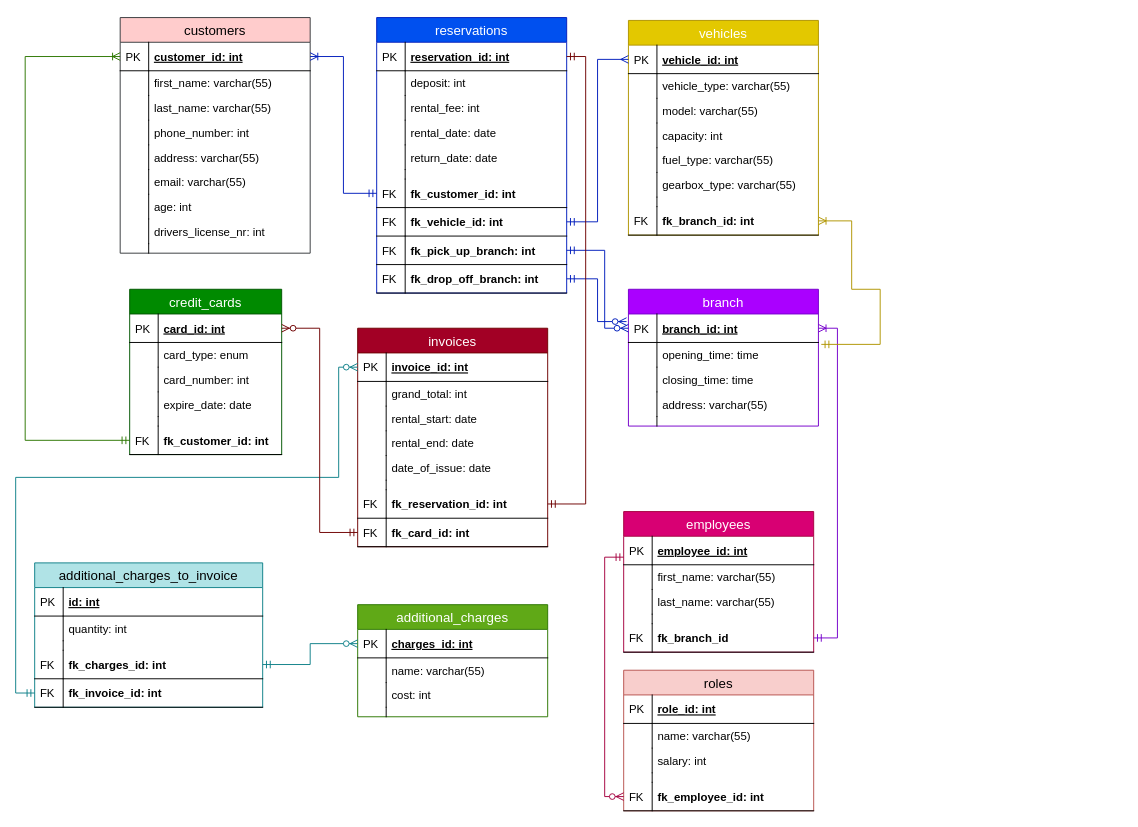
Above: Database-Development/3nf.drawio in Cosmic0wl/FSWD70-Valentina-Panetta-CodeReview-09 (draw.io), before the change. Source tidied: cells renumbered, new cells numbered last; positions are measured from the earlier drawing's top-left corner, leaving out a move shared by most shapes. Both pictures are drawn from the tidied source at 95%, with x=0, y=0 at pixel (15, 17).
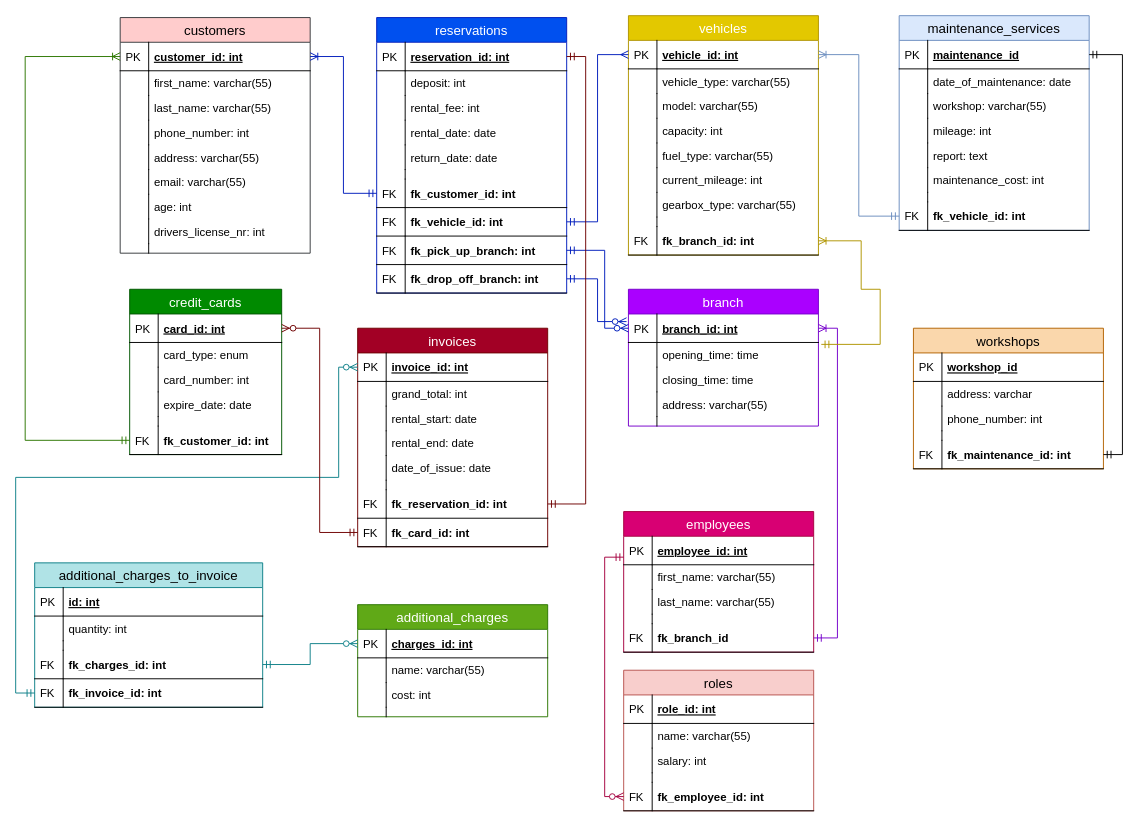
The same page after the edit.

Unchanged cells that the change refers to:
```xml
<mxCell id="56" value="vehicle_id: int" style="shape=partialRectangle;top=0;left=0;right=0;bottom=1;align=left;verticalAlign=middle;fillColor=none;spacingLeft=34;spacingRight=4;overflow=hidden;points=[[0,0.5],[1,0.5]];portConstraint=eastwest;fontStyle=5;fontSize=12;" parent="55" vertex="1">
  <mxGeometry y="26" width="200" height="30" as="geometry" />
</mxCell>
<mxCell id="97" value="opening_time: time&#10;" style="shape=partialRectangle;top=0;left=0;right=0;bottom=0;align=left;verticalAlign=top;fillColor=none;spacingLeft=34;spacingRight=4;overflow=hidden;points=[[0,0.5],[1,0.5]];portConstraint=eastwest;fontSize=12;" parent="94" vertex="1">
  <mxGeometry y="56" width="200" height="26" as="geometry" />
</mxCell>
```

The edit, as a diff of the source:
```diff
@@
     <mxCell id="55" value="vehicles" style="swimlane;fontStyle=0;horizontal=1;startSize=26;fillColor=#e3c800;swimlaneFillColor=#ffffff;align=center;fontSize=14;strokeColor=#B09500;fontColor=#ffffff;" parent="1" vertex="1">
-      <mxGeometry x="645" y="3" width="200" height="226" as="geometry" />
+      <mxGeometry x="645" y="-2" width="200" height="252" as="geometry" />
     </mxCell>
@@
+    <mxCell id="154" value="current_mileage: int&#10;&#10;" style="shape=partialRectangle;top=0;left=0;right=0;bottom=0;align=left;verticalAlign=top;fillColor=none;spacingLeft=34;spacingRight=4;overflow=hidden;fontSize=12;" parent="55" vertex="1">
+      <mxGeometry y="160" width="200" height="26" as="geometry" />
+    </mxCell>
+    <mxCell id="155" style="shape=partialRectangle;top=0;left=0;bottom=0;fillColor=none;align=left;verticalAlign=top;spacingLeft=4;spacingRight=4;overflow=hidden;fontSize=12;" parent="154" vertex="1">
+      <mxGeometry width="30" height="26" as="geometry" />
+    </mxCell>
     <mxCell id="66" value="gearbox_type: varchar(55)&#10;&#10;" style="shape=partialRectangle;top=0;left=0;right=0;bottom=0;align=left;verticalAlign=top;fillColor=none;spacingLeft=34;spacingRight=4;overflow=hidden;fontSize=12;" parent="55" vertex="1">
-      <mxGeometry y="160" width="200" height="26" as="geometry" />
+      <mxGeometry y="186" width="200" height="26" as="geometry" />
     </mxCell>
@@
     <mxCell id="68" style="shape=partialRectangle;top=0;left=0;right=0;bottom=0;align=left;verticalAlign=top;fillColor=none;spacingLeft=34;spacingRight=4;overflow=hidden;fontSize=12;" parent="55" vertex="1">
-      <mxGeometry y="186" width="200" height="10" as="geometry" />
+      <mxGeometry y="212" width="200" height="10" as="geometry" />
     </mxCell>
@@
     <mxCell id="70" value="fk_branch_id: int" style="shape=partialRectangle;top=0;left=0;right=0;bottom=1;align=left;verticalAlign=middle;fillColor=none;spacingLeft=34;spacingRight=4;overflow=hidden;points=[[0,0.5],[1,0.5]];portConstraint=eastwest;fontStyle=1;fontSize=12;" parent="55" vertex="1">
-      <mxGeometry y="196" width="200" height="30" as="geometry" />
+      <mxGeometry y="222" width="200" height="30" as="geometry" />
     </mxCell>
@@
-    <mxCell id="137" style="edgeStyle=orthogonalEdgeStyle;rounded=0;jettySize=auto;html=1;entryX=1.015;entryY=0.077;entryDx=0;entryDy=0;entryPerimeter=0;endArrow=ERmandOne;endFill=0;fillColor=#e3c800;strokeColor=#B09500;startArrow=ERoneToMany;startFill=0;" parent="1" edge="1" source="70" target="97">
+    <mxCell id="137" style="edgeStyle=orthogonalEdgeStyle;rounded=0;jettySize=auto;html=1;entryX=1.015;entryY=0.077;entryDx=0;entryDy=0;entryPerimeter=0;endArrow=ERmandOne;endFill=0;fillColor=#e3c800;strokeColor=#B09500;startArrow=ERoneToMany;startFill=0;exitX=1;exitY=0.5;exitDx=0;exitDy=0;" parent="1" edge="1" source="70" target="97">
       <mxGeometry relative="1" as="geometry">
         <Array as="points">
-          <mxPoint x="880" y="214" />
-          <mxPoint x="880" y="286" />
+          <mxPoint x="890" y="235" />
+          <mxPoint x="890" y="286" />
           <mxPoint x="910" y="286" />
           <mxPoint x="910" y="344" />
         </Array>
       </mxGeometry>
     </mxCell>
@@
+    <mxCell id="156" value="maintenance_services" style="swimlane;fontStyle=0;horizontal=1;startSize=26;fillColor=#dae8fc;swimlaneFillColor=#ffffff;align=center;fontSize=14;strokeColor=#6c8ebf;" parent="1" vertex="1">
+      <mxGeometry x="930" y="-2" width="200" height="226" as="geometry" />
+    </mxCell>
+    <mxCell id="157" value="maintenance_id" style="shape=partialRectangle;top=0;left=0;right=0;bottom=1;align=left;verticalAlign=middle;fillColor=none;spacingLeft=34;spacingRight=4;overflow=hidden;points=[[0,0.5],[1,0.5]];portConstraint=eastwest;fontStyle=5;fontSize=12;" parent="156" vertex="1">
+      <mxGeometry y="26" width="200" height="30" as="geometry" />
+    </mxCell>
+    <mxCell id="158" value="PK" style="shape=partialRectangle;top=0;left=0;bottom=0;fillColor=none;align=left;verticalAlign=middle;spacingLeft=4;spacingRight=4;overflow=hidden;fontSize=12;" parent="157" vertex="1">
+      <mxGeometry width="30" height="30" as="geometry" />
+    </mxCell>
+    <mxCell id="159" value="date_of_maintenance: date&#10;" style="shape=partialRectangle;top=0;left=0;right=0;bottom=0;align=left;verticalAlign=top;fillColor=none;spacingLeft=34;spacingRight=4;overflow=hidden;fontSize=12;" parent="156" vertex="1">
+      <mxGeometry y="56" width="200" height="26" as="geometry" />
+    </mxCell>
+    <mxCell id="160" style="shape=partialRectangle;top=0;left=0;bottom=0;fillColor=none;align=left;verticalAlign=top;spacingLeft=4;spacingRight=4;overflow=hidden;fontSize=12;" parent="159" vertex="1">
+      <mxGeometry width="30" height="26" as="geometry" />
+    </mxCell>
+    <mxCell id="161" value="workshop: varchar(55)&#10;" style="shape=partialRectangle;top=0;left=0;right=0;bottom=0;align=left;verticalAlign=top;fillColor=none;spacingLeft=34;spacingRight=4;overflow=hidden;fontSize=12;" parent="156" vertex="1">
+      <mxGeometry y="82" width="200" height="26" as="geometry" />
+    </mxCell>
+    <mxCell id="162" style="shape=partialRectangle;top=0;left=0;bottom=0;fillColor=none;align=left;verticalAlign=top;spacingLeft=4;spacingRight=4;overflow=hidden;fontSize=12;" parent="161" vertex="1">
+      <mxGeometry width="30" height="26" as="geometry" />
+    </mxCell>
+    <mxCell id="163" value="mileage: int&#10;" style="shape=partialRectangle;top=0;left=0;right=0;bottom=0;align=left;verticalAlign=top;fillColor=none;spacingLeft=34;spacingRight=4;overflow=hidden;fontSize=12;" parent="156" vertex="1">
+      <mxGeometry y="108" width="200" height="26" as="geometry" />
+    </mxCell>
+    <mxCell id="164" style="shape=partialRectangle;top=0;left=0;bottom=0;fillColor=none;align=left;verticalAlign=top;spacingLeft=4;spacingRight=4;overflow=hidden;fontSize=12;" parent="163" vertex="1">
+      <mxGeometry width="30" height="26" as="geometry" />
+    </mxCell>
+    <mxCell id="165" value="report: text&#10;" style="shape=partialRectangle;top=0;left=0;right=0;bottom=0;align=left;verticalAlign=top;fillColor=none;spacingLeft=34;spacingRight=4;overflow=hidden;fontSize=12;" parent="156" vertex="1">
+      <mxGeometry y="134" width="200" height="26" as="geometry" />
+    </mxCell>
+    <mxCell id="166" style="shape=partialRectangle;top=0;left=0;bottom=0;fillColor=none;align=left;verticalAlign=top;spacingLeft=4;spacingRight=4;overflow=hidden;fontSize=12;" parent="165" vertex="1">
+      <mxGeometry width="30" height="26" as="geometry" />
+    </mxCell>
+    <mxCell id="167" value="maintenance_cost: int&#10;" style="shape=partialRectangle;top=0;left=0;right=0;bottom=0;align=left;verticalAlign=top;fillColor=none;spacingLeft=34;spacingRight=4;overflow=hidden;fontSize=12;" parent="156" vertex="1">
+      <mxGeometry y="160" width="200" height="26" as="geometry" />
+    </mxCell>
+    <mxCell id="168" style="shape=partialRectangle;top=0;left=0;bottom=0;fillColor=none;align=left;verticalAlign=top;spacingLeft=4;spacingRight=4;overflow=hidden;fontSize=12;" parent="167" vertex="1">
+      <mxGeometry width="30" height="26" as="geometry" />
+    </mxCell>
+    <mxCell id="169" style="shape=partialRectangle;top=0;left=0;right=0;bottom=0;align=left;verticalAlign=top;fillColor=none;spacingLeft=34;spacingRight=4;overflow=hidden;fontSize=12;" parent="156" vertex="1">
+      <mxGeometry y="186" width="200" height="10" as="geometry" />
+    </mxCell>
+    <mxCell id="170" style="shape=partialRectangle;top=0;left=0;bottom=0;fillColor=none;align=left;verticalAlign=top;spacingLeft=4;spacingRight=4;overflow=hidden;fontSize=12;" parent="169" vertex="1">
+      <mxGeometry width="30" height="10" as="geometry" />
+    </mxCell>
+    <mxCell id="171" value="fk_vehicle_id: int" style="shape=partialRectangle;top=0;left=0;right=0;bottom=1;align=left;verticalAlign=middle;fillColor=none;spacingLeft=34;spacingRight=4;overflow=hidden;points=[[0,0.5],[1,0.5]];portConstraint=eastwest;fontStyle=1;fontSize=12;" parent="156" vertex="1">
+      <mxGeometry y="196" width="200" height="30" as="geometry" />
+    </mxCell>
+    <mxCell id="172" value="FK" style="shape=partialRectangle;top=0;left=0;bottom=0;fillColor=none;align=left;verticalAlign=middle;spacingLeft=4;spacingRight=4;overflow=hidden;fontSize=12;" parent="171" vertex="1">
+      <mxGeometry width="30" height="30" as="geometry" />
+    </mxCell>
+    <mxCell id="173" style="edgeStyle=orthogonalEdgeStyle;rounded=0;jettySize=auto;html=1;exitX=0;exitY=0.5;exitDx=0;exitDy=0;entryX=1;entryY=0.5;entryDx=0;entryDy=0;endArrow=ERoneToMany;endFill=0;startArrow=ERmandOne;startFill=0;fillColor=#dae8fc;strokeColor=#6c8ebf;" parent="1" edge="1" source="171" target="56">
+      <mxGeometry relative="1" as="geometry" />
+    </mxCell>
+    <mxCell id="174" value="workshops" style="swimlane;fontStyle=0;horizontal=1;startSize=26;fillColor=#fad7ac;swimlaneFillColor=#ffffff;align=center;fontSize=14;strokeColor=#b46504;" parent="1" vertex="1">
+      <mxGeometry x="945" y="327" width="200" height="148" as="geometry" />
+    </mxCell>
+    <mxCell id="175" value="workshop_id" style="shape=partialRectangle;top=0;left=0;right=0;bottom=1;align=left;verticalAlign=middle;fillColor=none;spacingLeft=34;spacingRight=4;overflow=hidden;fontStyle=5;fontSize=12;" parent="174" vertex="1">
+      <mxGeometry y="26" width="200" height="30" as="geometry" />
+    </mxCell>
+    <mxCell id="176" value="PK" style="shape=partialRectangle;top=0;left=0;bottom=0;fillColor=none;align=left;verticalAlign=middle;spacingLeft=4;spacingRight=4;overflow=hidden;fontSize=12;" parent="175" vertex="1">
+      <mxGeometry width="30" height="30" as="geometry" />
+    </mxCell>
+    <mxCell id="177" value="address: varchar&#10;" style="shape=partialRectangle;top=0;left=0;right=0;bottom=0;align=left;verticalAlign=top;fillColor=none;spacingLeft=34;spacingRight=4;overflow=hidden;fontSize=12;" parent="174" vertex="1">
+      <mxGeometry y="56" width="200" height="26" as="geometry" />
+    </mxCell>
+    <mxCell id="178" style="shape=partialRectangle;top=0;left=0;bottom=0;fillColor=none;align=left;verticalAlign=top;spacingLeft=4;spacingRight=4;overflow=hidden;fontSize=12;" parent="177" vertex="1">
+      <mxGeometry width="30" height="26" as="geometry" />
+    </mxCell>
+    <mxCell id="179" value="phone_number: int&#10;" style="shape=partialRectangle;top=0;left=0;right=0;bottom=0;align=left;verticalAlign=top;fillColor=none;spacingLeft=34;spacingRight=4;overflow=hidden;fontSize=12;" parent="174" vertex="1">
+      <mxGeometry y="82" width="200" height="26" as="geometry" />
+    </mxCell>
+    <mxCell id="180" style="shape=partialRectangle;top=0;left=0;bottom=0;fillColor=none;align=left;verticalAlign=top;spacingLeft=4;spacingRight=4;overflow=hidden;fontSize=12;" parent="179" vertex="1">
+      <mxGeometry width="30" height="26" as="geometry" />
+    </mxCell>
+    <mxCell id="181" style="shape=partialRectangle;top=0;left=0;right=0;bottom=0;align=left;verticalAlign=top;fillColor=none;spacingLeft=34;spacingRight=4;overflow=hidden;fontSize=12;" parent="174" vertex="1">
+      <mxGeometry y="108" width="200" height="10" as="geometry" />
+    </mxCell>
+    <mxCell id="182" style="shape=partialRectangle;top=0;left=0;bottom=0;fillColor=none;align=left;verticalAlign=top;spacingLeft=4;spacingRight=4;overflow=hidden;fontSize=12;" parent="181" vertex="1">
+      <mxGeometry width="30" height="10" as="geometry" />
+    </mxCell>
+    <mxCell id="183" value="fk_maintenance_id: int" style="shape=partialRectangle;top=0;left=0;right=0;bottom=1;align=left;verticalAlign=middle;fillColor=none;spacingLeft=34;spacingRight=4;overflow=hidden;points=[[0,0.5],[1,0.5]];portConstraint=eastwest;fontStyle=1;fontSize=12;" parent="174" vertex="1">
+      <mxGeometry y="118" width="200" height="30" as="geometry" />
+    </mxCell>
+    <mxCell id="184" value="FK" style="shape=partialRectangle;top=0;left=0;bottom=0;fillColor=none;align=left;verticalAlign=middle;spacingLeft=4;spacingRight=4;overflow=hidden;fontSize=12;" parent="183" vertex="1">
+      <mxGeometry width="30" height="30" as="geometry" />
+    </mxCell>
+    <mxCell id="185" style="edgeStyle=orthogonalEdgeStyle;rounded=0;jettySize=auto;html=1;exitX=1;exitY=0.5;exitDx=0;exitDy=0;entryX=1;entryY=0.5;entryDx=0;entryDy=0;startArrow=ERmandOne;startFill=0;endArrow=ERmandOne;endFill=0;" parent="1" edge="1" source="183" target="157">
+      <mxGeometry relative="1" as="geometry" />
+    </mxCell>
```
